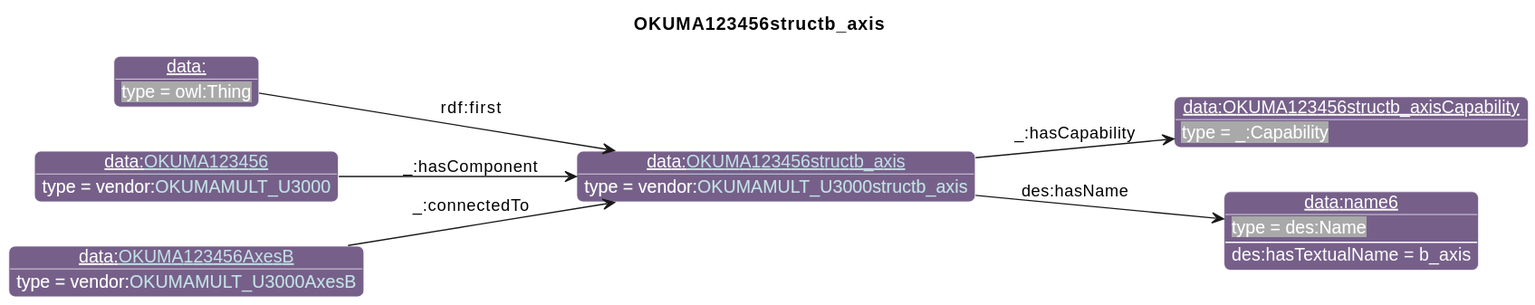
This is diagrams/OKUMA123456structb_axis.svg from iofoundry/example-syseng-mtconnect, a PlantUML export, as it was before one commit.
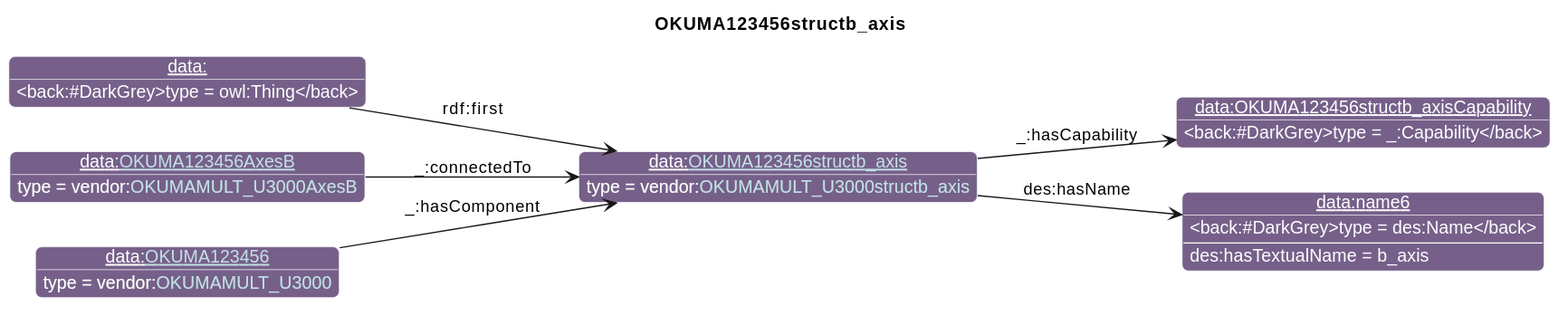
The same file after the commit.

What changed in the source:
```diff
@@ -29,12 +29,12 @@
 individual(o1, data:OKUMA123456structb_axisCapability, _:Capability)
 individual(o2, data:name6, des:Name)
 individual(o3, data:, owl:Thing)
-individual(o4, data:[[./OKUMA123456.html OKUMA123456]], vendor:[[../OKUMA.html#OKUMAMULT_U3000 OKUMAMULT_U3000]])
-individual(o5, data:[[./OKUMA123456AxesB.html OKUMA123456AxesB]], vendor:[[../OKUMA.html#OKUMAMULT_U3000AxesB OKUMAMULT_U3000AxesB]])
+individual(o4, data:[[./OKUMA123456AxesB.html OKUMA123456AxesB]], vendor:[[../OKUMA.html#OKUMAMULT_U3000AxesB OKUMAMULT_U3000AxesB]])
+individual(o5, data:[[./OKUMA123456.html OKUMA123456]], vendor:[[../OKUMA.html#OKUMAMULT_U3000 OKUMAMULT_U3000]])
 property(o0, "_:hasCapability", o1)
 property(o0, "des:hasName", o2)
 data(o2, "des:hasTextualName", "b_axis")
 property(o3, "rdf:first", o0)
-property(o4, "_:hasComponent", o0)
-property(o5, "_:connectedTo", o0)
+property(o4, "_:connectedTo", o0)
+property(o5, "_:hasComponent", o0)
 @enduml
```
